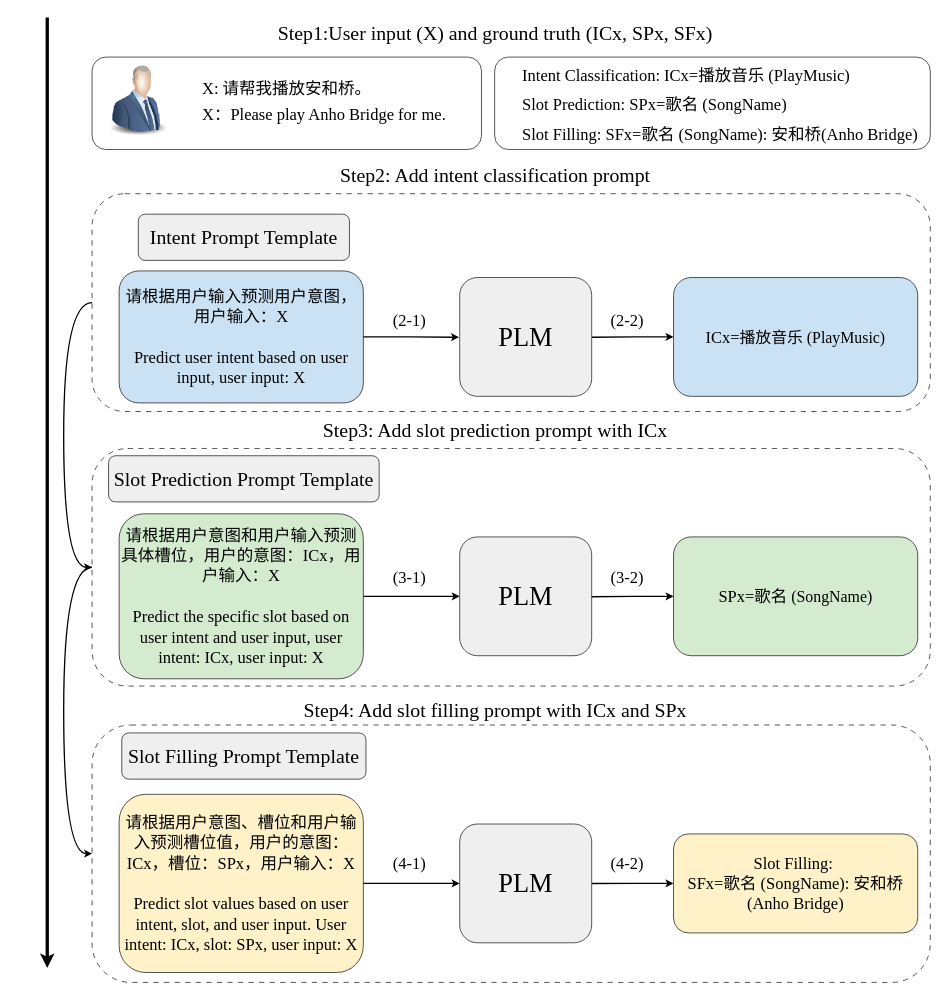
Above: chinese_NLU/CpromptNLU.drawio in lengyueit/paper_pic (draw.io), before the change. Source tidied: cells renumbered, new cells numbered last; positions are measured from the earlier drawing's top-left corner, leaving out a move shared by most shapes. Both pictures are drawn from the tidied source at 66%, with x=0, y=0 at pixel (47, 17).
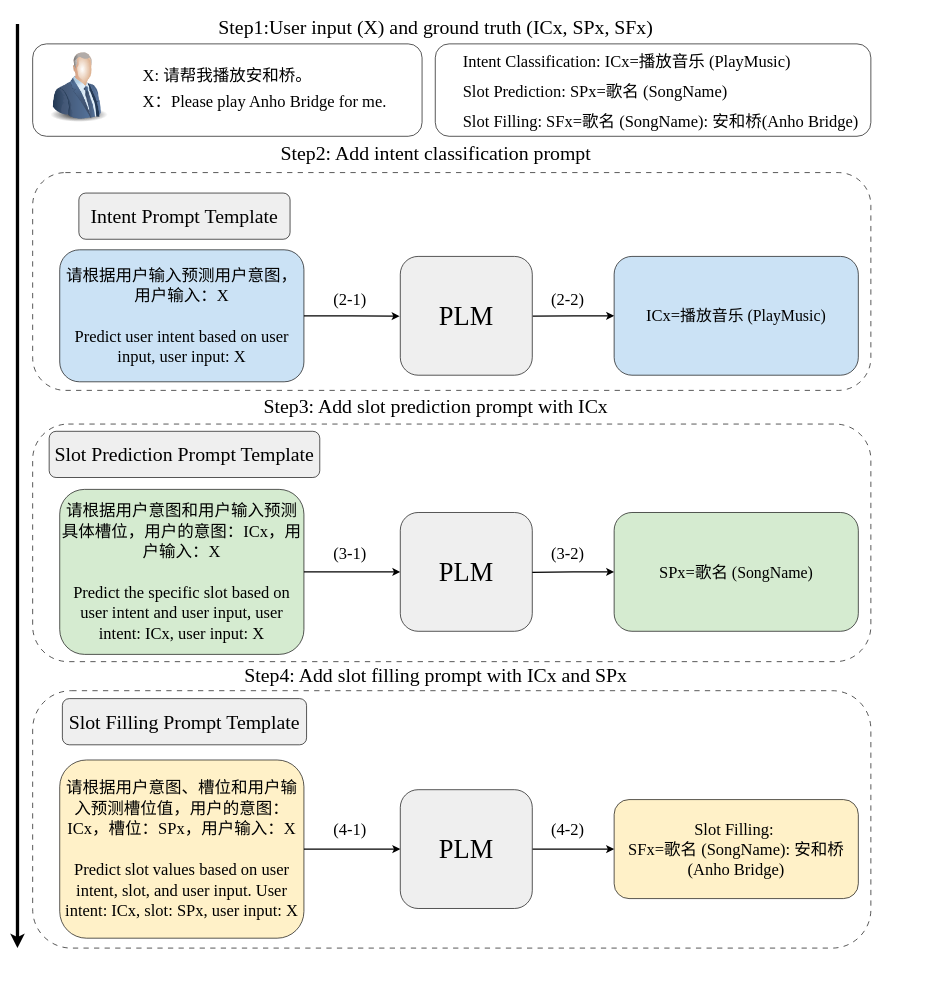
The same diagram, later.

Diff of the diagram source:
```diff
@@
     <mxCell id="2" style="rounded=1;whiteSpace=wrap;html=1;dashed=1;dashPattern=8 8;" parent="1" vertex="1">
-      <mxGeometry x="68" y="1072" width="1270" height="390" as="geometry" />
+      <mxGeometry x="-22" y="1020" width="1270" height="390" as="geometry" />
     </mxCell>
-    <mxCell id="3" style="edgeStyle=orthogonalEdgeStyle;rounded=0;jettySize=auto;html=1;exitX=0;exitY=0.5;exitDx=0;exitDy=0;entryX=0;entryY=0.5;entryDx=0;entryDy=0;curved=1;strokeWidth=2;" parent="1" edge="1" source="4" target="2">
-      <mxGeometry relative="1" as="geometry">
-        <Array as="points">
-          <mxPoint x="25" y="833" />
-          <mxPoint x="25" y="1267" />
-        </Array>
-      </mxGeometry>
-    </mxCell>
     <mxCell id="4" style="rounded=1;whiteSpace=wrap;html=1;dashed=1;dashPattern=8 8;" parent="1" vertex="1">
-      <mxGeometry x="68" y="653" width="1270" height="360" as="geometry" />
+      <mxGeometry x="-22" y="616" width="1270" height="360" as="geometry" />
     </mxCell>
-    <mxCell id="5" style="edgeStyle=orthogonalEdgeStyle;rounded=0;jettySize=auto;html=1;exitX=0;exitY=0.5;exitDx=0;exitDy=0;entryX=0;entryY=0.5;entryDx=0;entryDy=0;curved=1;strokeWidth=2;" parent="1" edge="1" source="6" target="4">
-      <mxGeometry relative="1" as="geometry">
-        <Array as="points">
-          <mxPoint x="25" y="432" />
-          <mxPoint x="25" y="833" />
-        </Array>
-      </mxGeometry>
-    </mxCell>
     <mxCell id="6" style="rounded=1;whiteSpace=wrap;html=1;dashed=1;dashPattern=8 8;" parent="1" vertex="1">
-      <mxGeometry x="68" y="267" width="1270" height="330" as="geometry" />
+      <mxGeometry x="-22" y="235" width="1270" height="330" as="geometry" />
     </mxCell>
     <mxCell id="7" value="&lt;span style=&quot;font-size: 25px; text-align: left;&quot;&gt;&lt;font face=&quot;Times New Roman&quot;&gt;请根据用户输入预测用户意图，用户输入：X&lt;/font&gt;&lt;/span&gt;&lt;div&gt;&lt;span style=&quot;text-align: left;&quot;&gt;&lt;span style=&quot;font-size: 25px;&quot;&gt;&lt;font face=&quot;Times New Roman&quot;&gt;&lt;br&gt;&lt;/font&gt;&lt;/span&gt;&lt;/span&gt;&lt;/div&gt;&lt;div&gt;&lt;span style=&quot;text-align: left;&quot;&gt;&lt;span style=&quot;font-size: 25px;&quot;&gt;&lt;font face=&quot;Times New Roman&quot;&gt;Predict user intent based on user input, user input: X&lt;/font&gt;&lt;/span&gt;&lt;/span&gt;&lt;/div&gt;" style="rounded=1;whiteSpace=wrap;html=1;fillColor=light-dark(#cbe2f5, #ededed);" parent="1" vertex="1">
-      <mxGeometry x="109" y="384" width="370" height="200" as="geometry" />
+      <mxGeometry x="19" y="352" width="370" height="200" as="geometry" />
     </mxCell>
     <mxCell id="8" value="&lt;font face=&quot;Times New Roman&quot; style=&quot;font-size: 30px;&quot;&gt;Step2: Add intent classification prompt&lt;/font&gt;" style="text;html=1;align=center;verticalAlign=middle;whiteSpace=wrap;rounded=0;" parent="1" vertex="1">
-      <mxGeometry x="379" y="223" width="600" height="30" as="geometry" />
+      <mxGeometry x="289" y="191" width="600" height="30" as="geometry" />
     </mxCell>
     <mxCell id="9" value="&lt;font style=&quot;font-size: 30px;&quot; face=&quot;Times New Roman&quot;&gt;Intent Prompt Template&lt;/font&gt;" style="rounded=1;whiteSpace=wrap;html=1;fillColor=light-dark(#efefef, #ededed);" parent="1" vertex="1">
-      <mxGeometry x="138" y="298" width="320" height="70" as="geometry" />
+      <mxGeometry x="48" y="266" width="320" height="70" as="geometry" />
     </mxCell>
     <mxCell id="10" value="&lt;font face=&quot;Times New Roman&quot; style=&quot;font-size: 30px;&quot;&gt;Slot Prediction Prompt Template&lt;/font&gt;" style="rounded=1;whiteSpace=wrap;html=1;fillColor=light-dark(#efefef, #ededed);" parent="1" vertex="1">
-      <mxGeometry x="93" y="664" width="410" height="70" as="geometry" />
+      <mxGeometry x="3" y="627" width="410" height="70" as="geometry" />
     </mxCell>
     <mxCell id="11" value="&lt;font style=&quot;font-size: 30px;&quot; face=&quot;Times New Roman&quot;&gt;Slot Filling Prompt Template&lt;/font&gt;" style="rounded=1;whiteSpace=wrap;html=1;fillColor=light-dark(#efefef, #ededed);" parent="1" vertex="1">
-      <mxGeometry x="113" y="1084" width="370" height="70" as="geometry" />
+      <mxGeometry x="23" y="1032" width="370" height="70" as="geometry" />
     </mxCell>
     <mxCell id="12" value="&lt;font face=&quot;Times New Roman&quot;&gt;&lt;span style=&quot;font-size: 25px; text-align: left;&quot;&gt;ICx=&lt;/span&gt;&lt;span style=&quot;font-size: 24px; text-align: left;&quot;&gt;播放音乐 (PlayMusic)&lt;/span&gt;&lt;/font&gt;" style="rounded=1;whiteSpace=wrap;html=1;fillColor=light-dark(#cbe2f5, #ededed);" parent="1" vertex="1">
-      <mxGeometry x="949" y="394" width="370" height="180" as="geometry" />
+      <mxGeometry x="859" y="362" width="370" height="180" as="geometry" />
     </mxCell>
     <mxCell id="13" value="&lt;span style=&quot;font-size: 25px; text-align: left;&quot;&gt;&lt;font face=&quot;Times New Roman&quot;&gt;请根据用户意图和用户输入预测具体槽位，用户的意图：ICx，用户输入：X&lt;/font&gt;&lt;/span&gt;&lt;div&gt;&lt;span style=&quot;text-align: left;&quot;&gt;&lt;span style=&quot;font-size: 25px;&quot;&gt;&lt;font face=&quot;Times New Roman&quot;&gt;&lt;br&gt;&lt;/font&gt;&lt;/span&gt;&lt;/span&gt;&lt;/div&gt;&lt;div&gt;&lt;span style=&quot;text-align: left;&quot;&gt;&lt;span style=&quot;font-size: 25px;&quot;&gt;&lt;font face=&quot;Times New Roman&quot;&gt;Predict the specific slot based on user intent and user input, user intent: ICx, user input: X&lt;/font&gt;&lt;/span&gt;&lt;/span&gt;&lt;/div&gt;" style="rounded=1;whiteSpace=wrap;html=1;fillColor=light-dark(#d5ebd0, #ededed);" parent="1" vertex="1">
-      <mxGeometry x="109" y="752" width="370" height="250" as="geometry" />
+      <mxGeometry x="19" y="715" width="370" height="250" as="geometry" />
     </mxCell>
     <mxCell id="14" value="&lt;font face=&quot;Times New Roman&quot; style=&quot;font-size: 30px;&quot;&gt;Step3: Add slot prediction prompt with ICx&lt;/font&gt;" style="text;html=1;align=center;verticalAlign=middle;whiteSpace=wrap;rounded=0;" parent="1" vertex="1">
-      <mxGeometry x="334" y="610" width="690" height="30" as="geometry" />
+      <mxGeometry x="244" y="573" width="690" height="30" as="geometry" />
     </mxCell>
     <mxCell id="15" value="&lt;font face=&quot;Times New Roman&quot; style=&quot;font-size: 30px;&quot;&gt;Step4: Add slot filling prompt with ICx and SPx&lt;/font&gt;" style="text;html=1;align=center;verticalAlign=middle;whiteSpace=wrap;rounded=0;" parent="1" vertex="1">
-      <mxGeometry x="334" y="1034" width="690" height="30" as="geometry" />
+      <mxGeometry x="244" y="982" width="690" height="30" as="geometry" />
     </mxCell>
     <mxCell id="16" value="&lt;span style=&quot;font-size: 25px; text-align: left;&quot;&gt;&lt;font face=&quot;Times New Roman&quot;&gt;请根据用户意图、槽位和用户输入预测槽位值，用户的意图：ICx，槽位：SPx，用户输入：X&lt;/font&gt;&lt;/span&gt;&lt;div&gt;&lt;span style=&quot;text-align: left;&quot;&gt;&lt;span style=&quot;font-size: 25px;&quot;&gt;&lt;font face=&quot;Times New Roman&quot;&gt;&lt;br&gt;&lt;/font&gt;&lt;/span&gt;&lt;/span&gt;&lt;/div&gt;&lt;div&gt;&lt;span style=&quot;text-align: left;&quot;&gt;&lt;span style=&quot;font-size: 25px;&quot;&gt;&lt;font face=&quot;Times New Roman&quot;&gt;Predict slot values based on user intent, slot, and user input. User intent: ICx, slot: SPx, user input: X&lt;/font&gt;&lt;/span&gt;&lt;/span&gt;&lt;/div&gt;" style="rounded=1;whiteSpace=wrap;html=1;fillColor=light-dark(#fff1c8, #ededed);" parent="1" vertex="1">
-      <mxGeometry x="109" y="1177" width="370" height="270" as="geometry" />
+      <mxGeometry x="19" y="1125" width="370" height="270" as="geometry" />
     </mxCell>
     <mxCell id="17" value="&lt;font face=&quot;Times New Roman&quot;&gt;&lt;span style=&quot;font-size: 25px; text-align: left;&quot;&gt;SPx=歌名&lt;/span&gt;&lt;span style=&quot;font-size: 24px; text-align: left;&quot;&gt;&amp;nbsp;(SongName)&lt;/span&gt;&lt;/font&gt;" style="rounded=1;whiteSpace=wrap;html=1;fillColor=light-dark(#d5ebd0, #ededed);" parent="1" vertex="1">
-      <mxGeometry x="949" y="787" width="370" height="180" as="geometry" />
+      <mxGeometry x="859" y="750" width="370" height="180" as="geometry" />
     </mxCell>
     <mxCell id="18" value="&lt;font style=&quot;text-align: left; font-size: 25px;&quot; face=&quot;Times New Roman&quot;&gt;&lt;span style=&quot;text-align: center;&quot;&gt;Slot Filling:&amp;nbsp;&lt;/span&gt;&lt;/font&gt;&lt;div&gt;&lt;font face=&quot;Times New Roman&quot;&gt;&lt;font style=&quot;text-align: left; font-size: 25px;&quot;&gt;SFx=&lt;/font&gt;&lt;span style=&quot;text-align: left; font-size: 25px;&quot;&gt;歌名&amp;nbsp;(SongName):&amp;nbsp;&lt;/span&gt;&lt;font style=&quot;text-align: left; font-size: 25px;&quot;&gt;安和桥(Anho Bridge)&lt;/font&gt;&lt;/font&gt;&lt;/div&gt;" style="rounded=1;whiteSpace=wrap;html=1;fillColor=light-dark(#fff1c8, #ededed);" parent="1" vertex="1">
-      <mxGeometry x="949" y="1237" width="370" height="150" as="geometry" />
+      <mxGeometry x="859" y="1185" width="370" height="150" as="geometry" />
     </mxCell>
     <mxCell id="19" style="edgeStyle=orthogonalEdgeStyle;rounded=0;jettySize=auto;html=1;exitX=1;exitY=0.5;exitDx=0;exitDy=0;verticalAlign=middle;strokeWidth=2;" parent="1" edge="1" source="13">
       <mxGeometry relative="1" as="geometry">
-        <mxPoint x="625" y="877" as="targetPoint" />
+        <mxPoint x="535" y="840" as="targetPoint" />
       </mxGeometry>
     </mxCell>
     <mxCell id="20" style="edgeStyle=orthogonalEdgeStyle;rounded=0;jettySize=auto;html=1;exitX=1;exitY=0.5;exitDx=0;exitDy=0;entryX=0;entryY=0.207;entryDx=0;entryDy=0;entryPerimeter=0;strokeWidth=2;" parent="1" edge="1" source="7">
       <mxGeometry relative="1" as="geometry">
-        <mxPoint x="624" y="484.5" as="targetPoint" />
+        <mxPoint x="534" y="452.5" as="targetPoint" />
         <Array as="points">
-          <mxPoint x="552" y="484" />
+          <mxPoint x="462" y="452" />
         </Array>
       </mxGeometry>
     </mxCell>
@@
     <mxCell id="22" style="edgeStyle=orthogonalEdgeStyle;rounded=0;jettySize=auto;html=1;exitX=0;exitY=0.5;exitDx=0;exitDy=0;entryX=1.008;entryY=0.207;entryDx=0;entryDy=0;endArrow=none;endFill=0;startArrow=classic;startFill=1;entryPerimeter=0;strokeWidth=2;" parent="1" edge="1" source="12">
       <mxGeometry relative="1" as="geometry">
-        <mxPoint x="825.6" y="484.5" as="targetPoint" />
+        <mxPoint x="735.6" y="452.5" as="targetPoint" />
         <Array as="points">
-          <mxPoint x="888" y="484" />
+          <mxPoint x="798" y="452" />
         </Array>
       </mxGeometry>
     </mxCell>
     <mxCell id="23" style="edgeStyle=orthogonalEdgeStyle;rounded=0;jettySize=auto;html=1;entryX=1;entryY=0.513;entryDx=0;entryDy=0;entryPerimeter=0;startArrow=classic;startFill=1;endArrow=none;endFill=0;verticalAlign=middle;exitX=0;exitY=0.5;exitDx=0;exitDy=0;strokeWidth=2;" parent="1" edge="1" source="17">
       <mxGeometry relative="1" as="geometry">
-        <mxPoint x="824" y="877.7" as="targetPoint" />
+        <mxPoint x="734" y="840.7" as="targetPoint" />
         <Array as="points">
-          <mxPoint x="887" y="877" />
+          <mxPoint x="797" y="840" />
         </Array>
       </mxGeometry>
     </mxCell>
     <mxCell id="24" style="edgeStyle=orthogonalEdgeStyle;rounded=0;jettySize=auto;html=1;entryX=1.006;entryY=0.891;entryDx=0;entryDy=0;entryPerimeter=0;startArrow=classic;startFill=1;endArrow=none;endFill=0;exitX=0;exitY=0.5;exitDx=0;exitDy=0;strokeWidth=2;" parent="1" edge="1" source="18">
       <mxGeometry relative="1" as="geometry">
-        <mxPoint x="825.2" y="1312.1" as="targetPoint" />
+        <mxPoint x="735.2" y="1260.1" as="targetPoint" />
       </mxGeometry>
     </mxCell>
     <mxCell id="25" value="&lt;font style=&quot;font-size: 25px;&quot; face=&quot;Times New Roman&quot;&gt;(2-1)&lt;/font&gt;" style="text;html=1;align=center;verticalAlign=middle;whiteSpace=wrap;rounded=0;" parent="1" vertex="1">
-      <mxGeometry x="519" y="444" width="60" height="30" as="geometry" />
+      <mxGeometry x="429" y="412" width="60" height="30" as="geometry" />
     </mxCell>
     <mxCell id="26" value="&lt;font style=&quot;font-size: 25px;&quot; face=&quot;Times New Roman&quot;&gt;(2-2)&lt;/font&gt;" style="text;html=1;align=center;verticalAlign=middle;whiteSpace=wrap;rounded=0;" parent="1" vertex="1">
-      <mxGeometry x="849" y="444" width="60" height="30" as="geometry" />
+      <mxGeometry x="759" y="412" width="60" height="30" as="geometry" />
     </mxCell>
     <mxCell id="27" value="&lt;font style=&quot;font-size: 25px;&quot; face=&quot;Times New Roman&quot;&gt;(3-1)&lt;/font&gt;" style="text;html=1;align=center;verticalAlign=middle;whiteSpace=wrap;rounded=0;" parent="1" vertex="1">
-      <mxGeometry x="519" y="834" width="60" height="30" as="geometry" />
+      <mxGeometry x="429" y="797" width="60" height="30" as="geometry" />
     </mxCell>
     <mxCell id="28" value="&lt;font style=&quot;font-size: 25px;&quot; face=&quot;Times New Roman&quot;&gt;(3-2)&lt;/font&gt;" style="text;html=1;align=center;verticalAlign=middle;whiteSpace=wrap;rounded=0;" parent="1" vertex="1">
-      <mxGeometry x="849" y="834" width="60" height="30" as="geometry" />
+      <mxGeometry x="759" y="797" width="60" height="30" as="geometry" />
     </mxCell>
     <mxCell id="29" value="&lt;font style=&quot;font-size: 25px;&quot; face=&quot;Times New Roman&quot;&gt;(4-1)&lt;/font&gt;" style="text;html=1;align=center;verticalAlign=middle;whiteSpace=wrap;rounded=0;" parent="1" vertex="1">
-      <mxGeometry x="519" y="1267" width="60" height="30" as="geometry" />
+      <mxGeometry x="429" y="1215" width="60" height="30" as="geometry" />
     </mxCell>
     <mxCell id="30" value="&lt;font style=&quot;font-size: 25px;&quot; face=&quot;Times New Roman&quot;&gt;(4-2)&lt;/font&gt;" style="text;html=1;align=center;verticalAlign=middle;whiteSpace=wrap;rounded=0;" parent="1" vertex="1">
-      <mxGeometry x="849" y="1267" width="60" height="30" as="geometry" />
+      <mxGeometry x="759" y="1215" width="60" height="30" as="geometry" />
     </mxCell>
     <mxCell id="31" value="&lt;font face=&quot;Times New Roman&quot; style=&quot;font-size: 30px;&quot;&gt;Step1:User input (X) and ground truth (ICx, SPx, SFx)&lt;/font&gt;" style="text;html=1;align=center;verticalAlign=middle;whiteSpace=wrap;rounded=0;" parent="1" vertex="1">
-      <mxGeometry x="239" y="9" width="880" height="30" as="geometry" />
+      <mxGeometry x="149" width="880" height="30" as="geometry" />
     </mxCell>
     <mxCell id="32" style="group;" parent="1" vertex="1">
-      <mxGeometry x="68" y="60" width="590" height="140" as="geometry" />
+      <mxGeometry x="-22" y="40" width="590" height="140" as="geometry" />
     </mxCell>
@@
     <mxCell id="37" style="group;" parent="1" vertex="1">
-      <mxGeometry x="678" y="60" width="660" height="140" as="geometry" />
+      <mxGeometry x="588" y="40" width="660" height="140" as="geometry" />
     </mxCell>
@@
     <mxCell id="42" style="endArrow=classic;html=1;rounded=0;strokeWidth=5;" parent="1" edge="1">
       <mxGeometry relative="1" as="geometry">
-        <mxPoint x="0.1" as="sourcePoint" />
-        <mxPoint x="0.1" y="1440" as="targetPoint" />
+        <mxPoint x="-45" y="10" as="sourcePoint" />
+        <mxPoint x="-45" y="1410" as="targetPoint" />
       </mxGeometry>
     </mxCell>
     <mxCell id="43" value="&lt;font style=&quot;font-size: 40px;&quot; face=&quot;Times New Roman&quot;&gt;PLM&lt;/font&gt;" style="rounded=1;whiteSpace=wrap;html=1;fillColor=light-dark(#efefef, #ededed);" parent="1" vertex="1">
-      <mxGeometry x="625" y="394" width="200" height="180" as="geometry" />
+      <mxGeometry x="535" y="362" width="200" height="180" as="geometry" />
     </mxCell>
     <mxCell id="44" value="&lt;font style=&quot;font-size: 40px;&quot; face=&quot;Times New Roman&quot;&gt;PLM&lt;/font&gt;" style="rounded=1;whiteSpace=wrap;html=1;fillColor=light-dark(#efefef, #ededed);" parent="1" vertex="1">
-      <mxGeometry x="625" y="787" width="200" height="180" as="geometry" />
+      <mxGeometry x="535" y="750" width="200" height="180" as="geometry" />
     </mxCell>
     <mxCell id="45" value="&lt;font style=&quot;font-size: 40px;&quot; face=&quot;Times New Roman&quot;&gt;PLM&lt;/font&gt;" style="rounded=1;whiteSpace=wrap;html=1;fillColor=light-dark(#efefef, #ededed);" parent="1" vertex="1">
-      <mxGeometry x="625" y="1222" width="200" height="180" as="geometry" />
+      <mxGeometry x="535" y="1170" width="200" height="180" as="geometry" />
     </mxCell>
```
